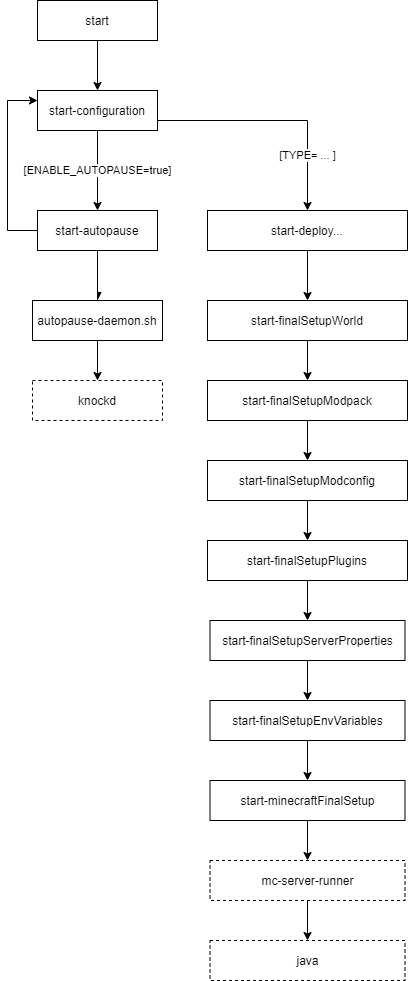
itzg/docker-minecraft-server keeps this draw.io diagram as docs/start-script-flow.drawio.png. Above is the earlier version. Source tidied: cells renumbered, new cells last; positions are measured from the earlier drawing's top-left corner, leaving out a move shared by most shapes.
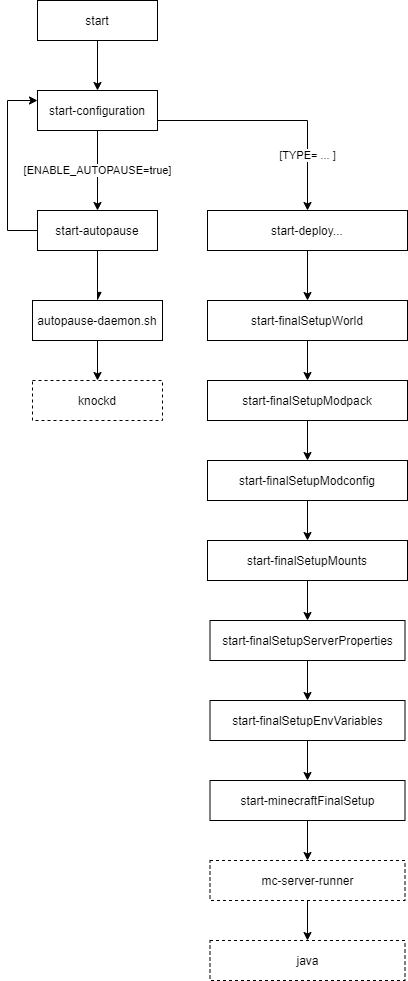
The same file after the commit.

Commit message:
Updated script flow diagram with finalSetupMounts

The edit, as a diff of the source:
```diff
@@ -68,7 +68,7 @@
     <mxCell id="20" style="edgeStyle=orthogonalEdgeStyle;rounded=0;jettySize=auto;html=1;endArrow=classic;endFill=1;" parent="1" edge="1" source="21" target="23">
       <mxGeometry relative="1" as="geometry" />
     </mxCell>
-    <mxCell id="21" value="start-finalSetupPlugins" style="rounded=0;whiteSpace=wrap;html=1;" parent="1" vertex="1">
+    <mxCell id="21" value="start-finalSetupMounts" style="rounded=0;whiteSpace=wrap;html=1;" parent="1" vertex="1">
       <mxGeometry x="200" y="540" width="200" height="40" as="geometry" />
     </mxCell>
     <mxCell id="22" style="edgeStyle=orthogonalEdgeStyle;rounded=0;jettySize=auto;html=1;endArrow=classic;endFill=1;" parent="1" edge="1" source="23" target="25">
```
